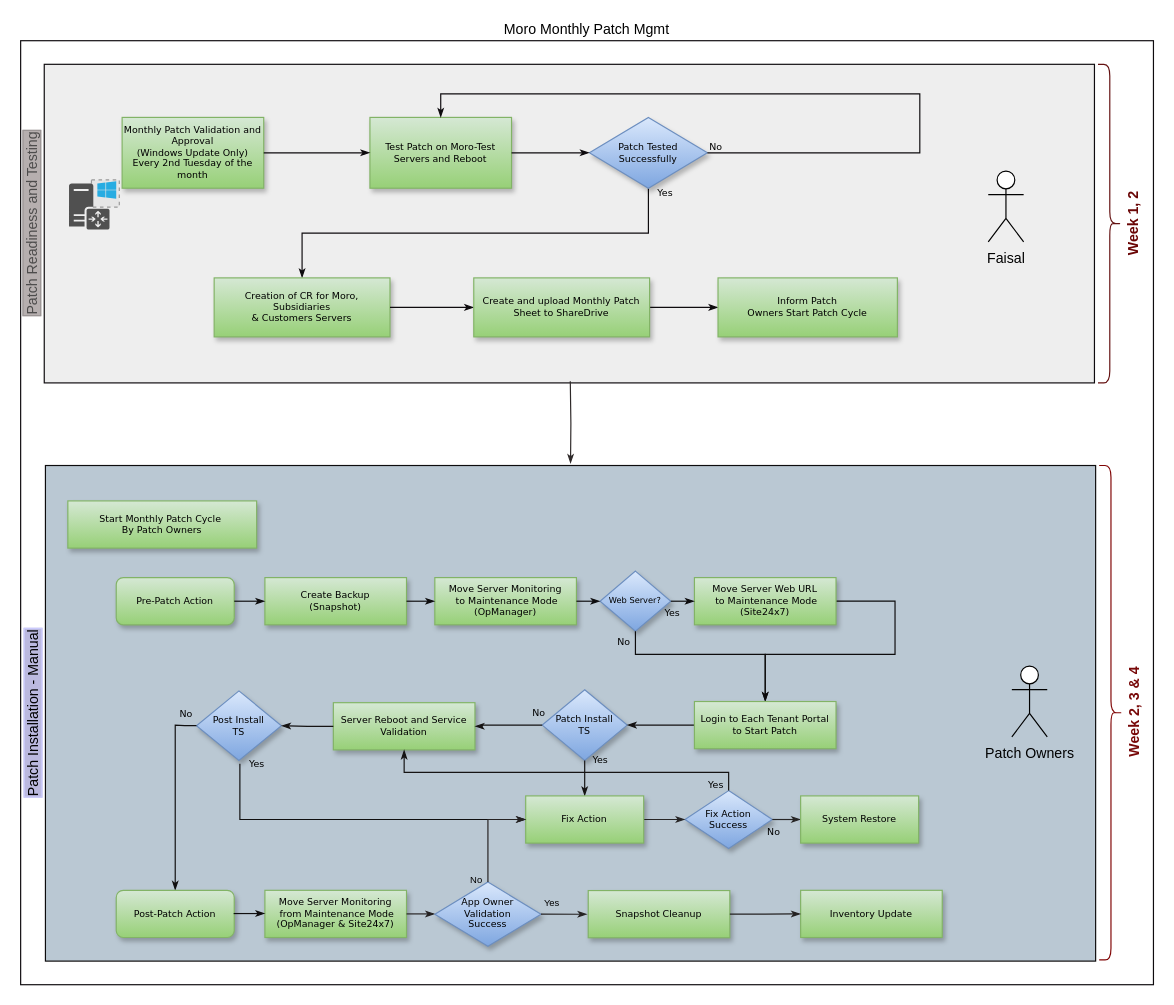
Earlier version of the draw.io diagram Moro.drawio (leoshafe06/CafeJaras). Source tidied: cells renumbered, new cells numbered last; positions are measured from the earlier drawing's top-left corner, leaving out a move shared by most shapes. Both pictures are drawn from the tidied source at 118%, with x=0, y=0 at pixel (20, 40). Pictures stored in the file or linked from it are replaced by grey dashed boxes.
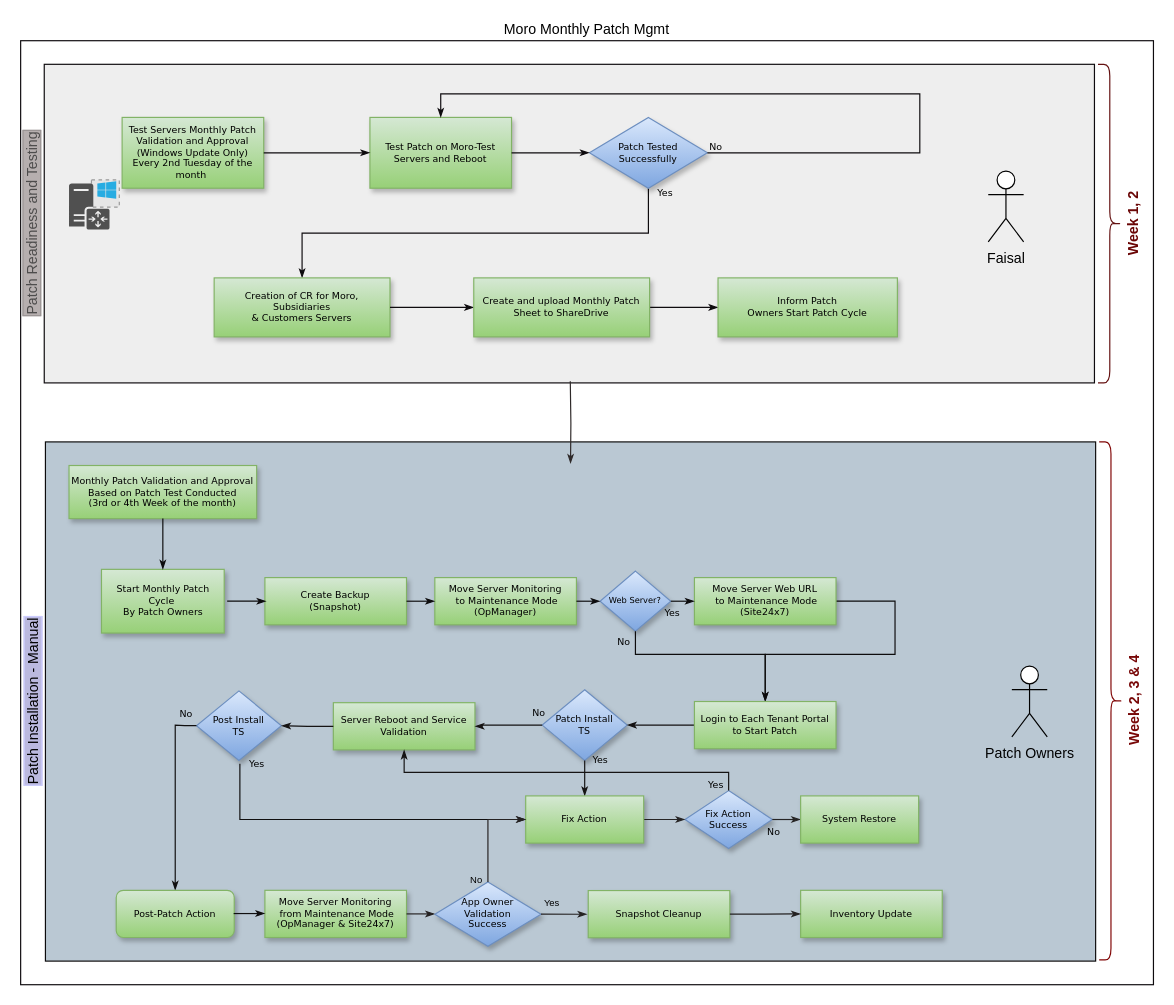
After the change.

The change refers to these unchanged cells:
```xml
<mxCell id="28" value="Create Backup&lt;br style=&quot;border-color: var(--border-color);&quot;&gt;(Snapshot)" style="whiteSpace=wrap;html=1;rounded=0;shadow=1;labelBackgroundColor=none;strokeWidth=1;fontFamily=Verdana;fontSize=8;align=center;fillColor=#d5e8d4;strokeColor=#82b366;gradientColor=#97d077;" parent="1" vertex="1">
  <mxGeometry x="207" y="455" width="120" height="40" as="geometry" />
</mxCell>
```

What changed in the source:
```diff
@@
     <mxCell id="3" value="Patch Installation - Manual" style="rounded=0;whiteSpace=wrap;html=1;align=center;labelPosition=left;verticalLabelPosition=middle;verticalAlign=bottom;horizontal=0;strokeColor=#0d0c0d;fillColor=#bac8d3;labelBackgroundColor=#bbb9df;labelBorderColor=#CCCCFF;fontColor=default;" parent="1" vertex="1">
-      <mxGeometry x="21" y="360" width="890" height="420" as="geometry" />
+      <mxGeometry x="21" y="340" width="890" height="440" as="geometry" />
     </mxCell>
@@
-    <mxCell id="6" value="Monthly Patch Validation and Approval&lt;br style=&quot;border-color: var(--border-color);&quot;&gt;(Windows Update Only)&lt;br&gt;Every 2nd Tuesday of the month" style="rounded=0;whiteSpace=wrap;html=1;shadow=1;labelBackgroundColor=none;strokeWidth=1;fontFamily=Verdana;fontSize=8;align=center;fillColor=#d5e8d4;strokeColor=#82b366;gradientColor=#97d077;" parent="1" vertex="1">
+    <mxCell id="6" value="Test Servers Monthly Patch Validation and Approval&lt;br style=&quot;border-color: var(--border-color);&quot;&gt;(Windows Update Only)&lt;br&gt;Every 2nd Tuesday of the month&amp;nbsp;" style="rounded=0;whiteSpace=wrap;html=1;shadow=1;labelBackgroundColor=none;strokeWidth=1;fontFamily=Verdana;fontSize=8;align=center;fillColor=#d5e8d4;strokeColor=#82b366;gradientColor=#97d077;" parent="1" vertex="1">
       <mxGeometry x="86" y="65" width="120" height="60" as="geometry" />
     </mxCell>
@@
     <mxCell id="8" value="Start Monthly Patch Cycle&amp;nbsp;&lt;br&gt;By Patch Owners" style="whiteSpace=wrap;html=1;rounded=0;shadow=1;labelBackgroundColor=none;strokeWidth=1;fontFamily=Verdana;fontSize=8;align=center;fillColor=#d5e8d4;strokeColor=#82b366;gradientColor=#97d077;" parent="1" vertex="1">
-      <mxGeometry x="40" y="390" width="160" height="40" as="geometry" />
+      <mxGeometry x="68.5" y="448" width="104" height="54" as="geometry" />
     </mxCell>
@@
-    <mxCell id="27" value="Pre-Patch Action" style="rounded=1;whiteSpace=wrap;html=1;shadow=1;labelBackgroundColor=none;strokeWidth=1;fontFamily=Verdana;fontSize=8;align=center;fillColor=#d5e8d4;strokeColor=#82b366;gradientColor=#97d077;" parent="1" vertex="1">
-      <mxGeometry x="81" y="455" width="100" height="40" as="geometry" />
-    </mxCell>
@@
-    <mxCell id="35" style="edgeStyle=orthogonalEdgeStyle;rounded=0;html=1;labelBackgroundColor=none;startSize=5;endArrow=classicThin;endFill=1;endSize=5;jettySize=auto;strokeWidth=1;fontFamily=Verdana;fontSize=8;entryX=0;entryY=0.5;entryDx=0;entryDy=0;exitX=1;exitY=0.5;exitDx=0;exitDy=0;strokeColor=#0d0c0d;fontColor=default;" parent="1" edge="1" source="27" target="28">
-      <mxGeometry x="-0.89" y="-10" relative="1" as="geometry" />
+    <mxCell id="35" style="edgeStyle=orthogonalEdgeStyle;rounded=0;html=1;labelBackgroundColor=none;startSize=5;endArrow=classicThin;endFill=1;endSize=5;jettySize=auto;orthogonalLoop=1;strokeWidth=1;fontFamily=Verdana;fontSize=8;entryX=0;entryY=0.5;entryDx=0;entryDy=0;exitX=1;exitY=0.5;exitDx=0;exitDy=0;strokeColor=#0d0c0d;fontColor=default;" parent="1" edge="1">
+      <mxGeometry x="-0.89" y="-10" relative="1" as="geometry">
+        <mxPoint x="175" y="475" as="sourcePoint" />
+        <mxPoint x="208" y="475" as="targetPoint" />
+      </mxGeometry>
     </mxCell>
@@
     <mxCell id="58" value="&lt;span style=&quot;background-color: rgb(255, 255, 255);&quot;&gt;Week 2, 3 &amp;amp; 4&lt;/span&gt;" style="shape=curlyBracket;whiteSpace=wrap;html=1;rounded=1;flipH=1;labelPosition=right;verticalLabelPosition=middle;align=center;verticalAlign=middle;horizontal=0;strokeColor=#800505;fillColor=#611515;fontColor=#780808;fontStyle=1;size=0.5;" parent="1" vertex="1">
-      <mxGeometry x="914" y="360" width="20" height="419" as="geometry" />
+      <mxGeometry x="914" y="340" width="20" height="439" as="geometry" />
     </mxCell>
@@
+    <mxCell id="64" value="Monthly Patch Validation and Approval&lt;br style=&quot;border-color: var(--border-color);&quot;&gt;Based on Patch Test Conducted&lt;br&gt;(3rd or 4th Week of the month)" style="rounded=0;whiteSpace=wrap;html=1;shadow=1;labelBackgroundColor=none;strokeWidth=1;fontFamily=Verdana;fontSize=8;align=center;fillColor=#d5e8d4;strokeColor=#82b366;gradientColor=#97d077;" parent="1" vertex="1">
+      <mxGeometry x="41" y="360" width="159" height="45" as="geometry" />
+    </mxCell>
+    <mxCell id="65" style="edgeStyle=orthogonalEdgeStyle;rounded=0;html=1;labelBackgroundColor=none;startSize=5;endArrow=classicThin;endFill=1;endSize=5;jettySize=auto;strokeWidth=1;fontFamily=Verdana;fontSize=8;strokeColor=#0d0c0d;fontColor=default;" parent="1" edge="1" source="64" target="8">
+      <mxGeometry x="-0.89" y="-10" relative="1" as="geometry" />
+    </mxCell>
```
